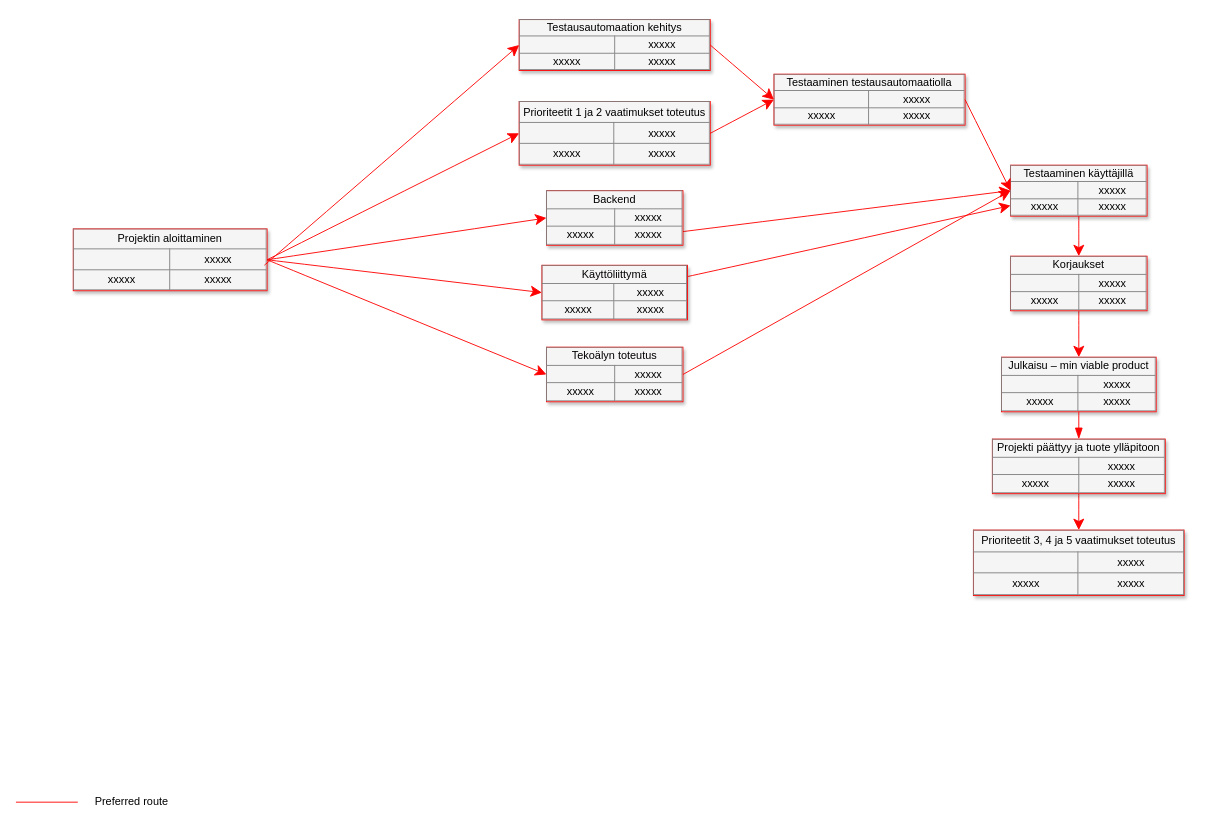
This is UML/SW ENG course/precedence diagram.drawio from DeveloperLauri/UML-charts-draw.io, a draw.io file, before an edit. Source tidied: cells renumbered, new cells numbered last; positions are measured from the earlier drawing's top-left corner, leaving out a move shared by most shapes. Both pictures are drawn from the tidied source at 91%, with x=0, y=0 at pixel (15, 19).
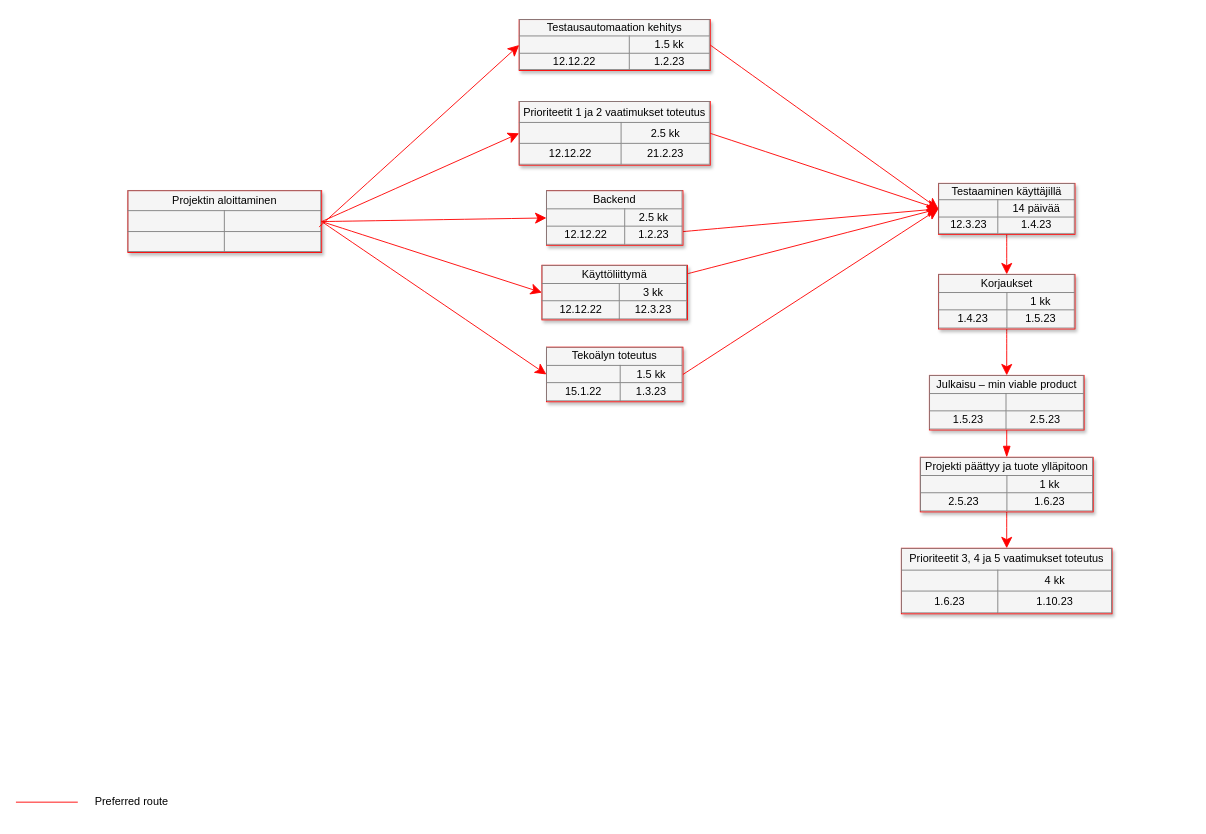
The same diagram, later.

What changed in the source:
```diff
@@
-    <mxCell id="3" value="&lt;table border=&quot;1&quot; width=&quot;100%&quot; style=&quot;width: 100% ; height: 100% ; border-collapse: collapse&quot;&gt;&lt;tbody&gt;&lt;tr&gt;&lt;td colspan=&quot;2&quot; align=&quot;center&quot;&gt;Projektin aloittaminen&lt;/td&gt;&lt;/tr&gt;&lt;tr&gt;&lt;td align=&quot;center&quot;&gt;&lt;br&gt;&lt;/td&gt;&lt;td align=&quot;center&quot;&gt;xxxxx&lt;br&gt;&lt;/td&gt;&lt;/tr&gt;&lt;tr&gt;&lt;td align=&quot;center&quot;&gt;xxxxx&lt;br&gt;&lt;/td&gt;&lt;td align=&quot;center&quot;&gt;xxxxx&lt;br&gt;&lt;/td&gt;&lt;/tr&gt;&lt;/tbody&gt;&lt;/table&gt;" style="text;html=1;strokeColor=#FF0000;fillColor=#f5f5f5;overflow=fill;rounded=0;shadow=1;fontSize=12;align=center;" parent="1" vertex="1">
-      <mxGeometry x="63" y="230" width="213" height="68" as="geometry" />
+    <mxCell id="3" value="&lt;table border=&quot;1&quot; width=&quot;100%&quot; style=&quot;width: 100% ; height: 100% ; border-collapse: collapse&quot;&gt;&lt;tbody&gt;&lt;tr&gt;&lt;td colspan=&quot;2&quot; align=&quot;center&quot;&gt;Projektin aloittaminen&lt;/td&gt;&lt;/tr&gt;&lt;tr&gt;&lt;td align=&quot;center&quot;&gt;&lt;br&gt;&lt;/td&gt;&lt;td align=&quot;center&quot;&gt;&lt;br&gt;&lt;/td&gt;&lt;/tr&gt;&lt;tr&gt;&lt;td align=&quot;center&quot;&gt;&lt;br&gt;&lt;/td&gt;&lt;td align=&quot;center&quot;&gt;&lt;br&gt;&lt;/td&gt;&lt;/tr&gt;&lt;/tbody&gt;&lt;/table&gt;" style="text;html=1;strokeColor=#FF0000;fillColor=#f5f5f5;overflow=fill;rounded=0;shadow=1;fontSize=12;align=center;" parent="1" vertex="1">
+      <mxGeometry x="123" y="188" width="213" height="68" as="geometry" />
     </mxCell>
-    <mxCell id="4" value="&lt;table border=&quot;1&quot; width=&quot;100%&quot; style=&quot;width: 100% ; height: 100% ; border-collapse: collapse&quot;&gt;&lt;tbody&gt;&lt;tr&gt;&lt;td colspan=&quot;2&quot; align=&quot;center&quot;&gt;Prioriteetit 3, 4 ja 5 vaatimukset toteutus&lt;/td&gt;&lt;/tr&gt;&lt;tr&gt;&lt;td align=&quot;center&quot;&gt;&lt;br&gt;&lt;/td&gt;&lt;td align=&quot;center&quot;&gt;xxxxx&lt;br&gt;&lt;/td&gt;&lt;/tr&gt;&lt;tr&gt;&lt;td align=&quot;center&quot;&gt;xxxxx&lt;br&gt;&lt;/td&gt;&lt;td align=&quot;center&quot;&gt;xxxxx&lt;br&gt;&lt;/td&gt;&lt;/tr&gt;&lt;/tbody&gt;&lt;/table&gt;" style="text;html=1;strokeColor=#FF0000;fillColor=#f5f5f5;overflow=fill;rounded=0;shadow=1;fontSize=12;align=center;" parent="1" vertex="1">
-      <mxGeometry x="1052.2" y="561" width="231.5" height="72" as="geometry" />
+    <mxCell id="4" value="&lt;table border=&quot;1&quot; width=&quot;100%&quot; style=&quot;width: 100% ; height: 100% ; border-collapse: collapse&quot;&gt;&lt;tbody&gt;&lt;tr&gt;&lt;td colspan=&quot;2&quot; align=&quot;center&quot;&gt;Prioriteetit 3, 4 ja 5 vaatimukset toteutus&lt;/td&gt;&lt;/tr&gt;&lt;tr&gt;&lt;td align=&quot;center&quot;&gt;&lt;br&gt;&lt;/td&gt;&lt;td align=&quot;center&quot;&gt;4 kk&lt;/td&gt;&lt;/tr&gt;&lt;tr&gt;&lt;td align=&quot;center&quot;&gt;1.6.23&lt;/td&gt;&lt;td align=&quot;center&quot;&gt;1.10.23&lt;/td&gt;&lt;/tr&gt;&lt;/tbody&gt;&lt;/table&gt;" style="text;html=1;strokeColor=#FF0000;fillColor=#f5f5f5;overflow=fill;rounded=0;shadow=1;fontSize=12;align=center;" parent="1" vertex="1">
+      <mxGeometry x="973" y="581" width="231.5" height="72" as="geometry" />
     </mxCell>
@@
-    <mxCell id="6" value="&lt;table border=&quot;1&quot; width=&quot;100%&quot; style=&quot;width: 100% ; height: 100% ; border-collapse: collapse&quot;&gt;&lt;tbody&gt;&lt;tr&gt;&lt;td colspan=&quot;2&quot; align=&quot;center&quot;&gt;Julkaisu – min viable product&lt;/td&gt;&lt;/tr&gt;&lt;tr&gt;&lt;td align=&quot;center&quot;&gt;&lt;br&gt;&lt;/td&gt;&lt;td align=&quot;center&quot;&gt;xxxxx&lt;br&gt;&lt;/td&gt;&lt;/tr&gt;&lt;tr&gt;&lt;td align=&quot;center&quot;&gt;xxxxx&lt;br&gt;&lt;/td&gt;&lt;td align=&quot;center&quot;&gt;xxxxx&lt;br&gt;&lt;/td&gt;&lt;/tr&gt;&lt;/tbody&gt;&lt;/table&gt;" style="text;html=1;strokeColor=#FF0000;fillColor=#f5f5f5;overflow=fill;rounded=0;shadow=1;fontSize=12;align=center;" parent="1" vertex="1">
-      <mxGeometry x="1083" y="371" width="170" height="60" as="geometry" />
+    <mxCell id="6" value="&lt;table border=&quot;1&quot; width=&quot;100%&quot; style=&quot;width: 100% ; height: 100% ; border-collapse: collapse&quot;&gt;&lt;tbody&gt;&lt;tr&gt;&lt;td colspan=&quot;2&quot; align=&quot;center&quot;&gt;Julkaisu – min viable product&lt;/td&gt;&lt;/tr&gt;&lt;tr&gt;&lt;td align=&quot;center&quot;&gt;&lt;br&gt;&lt;/td&gt;&lt;td align=&quot;center&quot;&gt;&lt;br&gt;&lt;/td&gt;&lt;/tr&gt;&lt;tr&gt;&lt;td align=&quot;center&quot;&gt;1.5.23&lt;/td&gt;&lt;td align=&quot;center&quot;&gt;2.5.23&lt;/td&gt;&lt;/tr&gt;&lt;/tbody&gt;&lt;/table&gt;" style="text;html=1;strokeColor=#FF0000;fillColor=#f5f5f5;overflow=fill;rounded=0;shadow=1;fontSize=12;align=center;" parent="1" vertex="1">
+      <mxGeometry x="1003.8" y="391" width="170" height="60" as="geometry" />
     </mxCell>
@@
-    <mxCell id="8" value="&lt;table border=&quot;1&quot; width=&quot;100%&quot; style=&quot;width: 100% ; height: 100% ; border-collapse: collapse&quot;&gt;&lt;tbody&gt;&lt;tr&gt;&lt;td colspan=&quot;2&quot; align=&quot;center&quot;&gt;Korjaukset&lt;/td&gt;&lt;/tr&gt;&lt;tr&gt;&lt;td align=&quot;center&quot;&gt;&lt;br&gt;&lt;/td&gt;&lt;td align=&quot;center&quot;&gt;xxxxx&lt;br&gt;&lt;/td&gt;&lt;/tr&gt;&lt;tr&gt;&lt;td align=&quot;center&quot;&gt;xxxxx&lt;br&gt;&lt;/td&gt;&lt;td align=&quot;center&quot;&gt;xxxxx&lt;br&gt;&lt;/td&gt;&lt;/tr&gt;&lt;/tbody&gt;&lt;/table&gt;" style="text;html=1;strokeColor=#FF0000;fillColor=#f5f5f5;overflow=fill;rounded=0;shadow=1;fontSize=12;align=center;" parent="1" vertex="1">
-      <mxGeometry x="1093" y="260" width="150" height="60" as="geometry" />
+    <mxCell id="8" value="&lt;table border=&quot;1&quot; width=&quot;100%&quot; style=&quot;width: 100% ; height: 100% ; border-collapse: collapse&quot;&gt;&lt;tbody&gt;&lt;tr&gt;&lt;td colspan=&quot;2&quot; align=&quot;center&quot;&gt;Korjaukset&lt;/td&gt;&lt;/tr&gt;&lt;tr&gt;&lt;td align=&quot;center&quot;&gt;&lt;br&gt;&lt;/td&gt;&lt;td align=&quot;center&quot;&gt;1 kk&lt;/td&gt;&lt;/tr&gt;&lt;tr&gt;&lt;td align=&quot;center&quot;&gt;1.4.23&lt;/td&gt;&lt;td align=&quot;center&quot;&gt;1.5.23&lt;/td&gt;&lt;/tr&gt;&lt;/tbody&gt;&lt;/table&gt;" style="text;html=1;strokeColor=#FF0000;fillColor=#f5f5f5;overflow=fill;rounded=0;shadow=1;fontSize=12;align=center;" parent="1" vertex="1">
+      <mxGeometry x="1013.8" y="280" width="150" height="60" as="geometry" />
     </mxCell>
@@
-    <mxCell id="10" value="&lt;table border=&quot;1&quot; width=&quot;100%&quot; style=&quot;width: 100% ; height: 100% ; border-collapse: collapse&quot;&gt;&lt;tbody&gt;&lt;tr&gt;&lt;td colspan=&quot;2&quot; align=&quot;center&quot;&gt;&lt;font style=&quot;font-size: 12px&quot;&gt;Testaaminen käyttäjillä&lt;/font&gt;&lt;/td&gt;&lt;/tr&gt;&lt;tr&gt;&lt;td align=&quot;center&quot;&gt;&lt;br&gt;&lt;/td&gt;&lt;td align=&quot;center&quot;&gt;xxxxx&lt;br&gt;&lt;/td&gt;&lt;/tr&gt;&lt;tr&gt;&lt;td align=&quot;center&quot;&gt;xxxxx&lt;br&gt;&lt;/td&gt;&lt;td align=&quot;center&quot;&gt;xxxxx&lt;br&gt;&lt;/td&gt;&lt;/tr&gt;&lt;/tbody&gt;&lt;/table&gt;" style="text;html=1;strokeColor=#FF0000;fillColor=#f5f5f5;overflow=fill;rounded=0;shadow=1;fontSize=12;align=center;" parent="1" vertex="1">
-      <mxGeometry x="1093" y="160" width="150" height="56" as="geometry" />
+    <mxCell id="10" value="&lt;table border=&quot;1&quot; width=&quot;100%&quot; style=&quot;width: 100% ; height: 100% ; border-collapse: collapse&quot;&gt;&lt;tbody&gt;&lt;tr&gt;&lt;td colspan=&quot;2&quot; align=&quot;center&quot;&gt;&lt;font style=&quot;font-size: 12px&quot;&gt;Testaaminen käyttäjillä&lt;/font&gt;&lt;/td&gt;&lt;/tr&gt;&lt;tr&gt;&lt;td align=&quot;center&quot;&gt;&lt;br&gt;&lt;/td&gt;&lt;td align=&quot;center&quot;&gt;14 päivää&lt;/td&gt;&lt;/tr&gt;&lt;tr&gt;&lt;td align=&quot;center&quot;&gt;12.3.23&lt;/td&gt;&lt;td align=&quot;center&quot;&gt;1.4.23&lt;/td&gt;&lt;/tr&gt;&lt;/tbody&gt;&lt;/table&gt;" style="text;html=1;strokeColor=#FF0000;fillColor=#f5f5f5;overflow=fill;rounded=0;shadow=1;fontSize=12;align=center;" parent="1" vertex="1">
+      <mxGeometry x="1013.8" y="180" width="150" height="56" as="geometry" />
     </mxCell>
@@
-    <mxCell id="12" value="&lt;table border=&quot;1&quot; width=&quot;100%&quot; style=&quot;width: 100% ; height: 100% ; border-collapse: collapse&quot;&gt;&lt;tbody&gt;&lt;tr&gt;&lt;td colspan=&quot;2&quot; align=&quot;center&quot;&gt;Backend&lt;/td&gt;&lt;/tr&gt;&lt;tr&gt;&lt;td align=&quot;center&quot;&gt;&lt;br&gt;&lt;/td&gt;&lt;td align=&quot;center&quot;&gt;xxxxx&lt;br&gt;&lt;/td&gt;&lt;/tr&gt;&lt;tr&gt;&lt;td align=&quot;center&quot;&gt;xxxxx&lt;br&gt;&lt;/td&gt;&lt;td align=&quot;center&quot;&gt;xxxxx&lt;br&gt;&lt;/td&gt;&lt;/tr&gt;&lt;/tbody&gt;&lt;/table&gt;" style="text;html=1;strokeColor=#FF0000;fillColor=#f5f5f5;overflow=fill;rounded=0;shadow=1;fontSize=12;align=center;" parent="1" vertex="1">
+    <mxCell id="12" value="&lt;table border=&quot;1&quot; width=&quot;100%&quot; style=&quot;width: 100% ; height: 100% ; border-collapse: collapse&quot;&gt;&lt;tbody&gt;&lt;tr&gt;&lt;td colspan=&quot;2&quot; align=&quot;center&quot;&gt;Backend&lt;/td&gt;&lt;/tr&gt;&lt;tr&gt;&lt;td align=&quot;center&quot;&gt;&lt;br&gt;&lt;/td&gt;&lt;td align=&quot;center&quot;&gt;2.5 kk&lt;/td&gt;&lt;/tr&gt;&lt;tr&gt;&lt;td align=&quot;center&quot;&gt;12.12.22&lt;/td&gt;&lt;td align=&quot;center&quot;&gt;1.2.23&lt;/td&gt;&lt;/tr&gt;&lt;/tbody&gt;&lt;/table&gt;" style="text;html=1;strokeColor=#FF0000;fillColor=#f5f5f5;overflow=fill;rounded=0;shadow=1;fontSize=12;align=center;" parent="1" vertex="1">
       <mxGeometry x="583" y="188" width="150" height="60" as="geometry" />
     </mxCell>
-    <mxCell id="13" style="edgeStyle=none;curved=1;html=1;startSize=10;endArrow=classic;endFill=1;endSize=10;strokeColor=#FF0000;strokeWidth=1;fontSize=12;" parent="1" edge="1" source="14" target="10">
+    <mxCell id="13" style="edgeStyle=none;curved=1;html=1;startSize=10;endArrow=classic;endFill=1;endSize=10;strokeColor=#FF0000;strokeWidth=1;fontSize=12;entryX=0;entryY=0.5;entryDx=0;entryDy=0;" parent="1" edge="1" source="14" target="10">
       <mxGeometry relative="1" as="geometry" />
     </mxCell>
-    <mxCell id="14" value="&lt;table border=&quot;1&quot; width=&quot;100%&quot; style=&quot;width: 100% ; height: 100% ; border-collapse: collapse&quot;&gt;&lt;tbody&gt;&lt;tr&gt;&lt;td colspan=&quot;2&quot; align=&quot;center&quot;&gt;Käyttöliittymä&lt;/td&gt;&lt;/tr&gt;&lt;tr&gt;&lt;td align=&quot;center&quot;&gt;&lt;br&gt;&lt;/td&gt;&lt;td align=&quot;center&quot;&gt;xxxxx&lt;br&gt;&lt;/td&gt;&lt;/tr&gt;&lt;tr&gt;&lt;td align=&quot;center&quot;&gt;xxxxx&lt;br&gt;&lt;/td&gt;&lt;td align=&quot;center&quot;&gt;xxxxx&lt;br&gt;&lt;/td&gt;&lt;/tr&gt;&lt;/tbody&gt;&lt;/table&gt;" style="text;html=1;strokeColor=#FF0000;fillColor=#f5f5f5;overflow=fill;rounded=0;shadow=1;fontSize=12;align=center;" parent="1" vertex="1">
+    <mxCell id="14" value="&lt;table border=&quot;1&quot; width=&quot;100%&quot; style=&quot;width: 100% ; height: 100% ; border-collapse: collapse&quot;&gt;&lt;tbody&gt;&lt;tr&gt;&lt;td colspan=&quot;2&quot; align=&quot;center&quot;&gt;Käyttöliittymä&lt;/td&gt;&lt;/tr&gt;&lt;tr&gt;&lt;td align=&quot;center&quot;&gt;&lt;br&gt;&lt;/td&gt;&lt;td align=&quot;center&quot;&gt;3 kk&lt;/td&gt;&lt;/tr&gt;&lt;tr&gt;&lt;td align=&quot;center&quot;&gt;12.12.22&lt;br&gt;&lt;/td&gt;&lt;td align=&quot;center&quot;&gt;12.3.23&lt;/td&gt;&lt;/tr&gt;&lt;/tbody&gt;&lt;/table&gt;" style="text;html=1;strokeColor=#FF0000;fillColor=#f5f5f5;overflow=fill;rounded=0;shadow=1;fontSize=12;align=center;" parent="1" vertex="1">
       <mxGeometry x="578" y="270" width="160" height="60" as="geometry" />
     </mxCell>
@@
-    <mxCell id="18" value="&lt;table border=&quot;1&quot; width=&quot;100%&quot; style=&quot;width: 100% ; height: 100% ; border-collapse: collapse&quot;&gt;&lt;tbody&gt;&lt;tr&gt;&lt;td colspan=&quot;2&quot; align=&quot;center&quot;&gt;Prioriteetit 1 ja 2 vaatimukset toteutus&lt;/td&gt;&lt;/tr&gt;&lt;tr&gt;&lt;td align=&quot;center&quot;&gt;&lt;br&gt;&lt;/td&gt;&lt;td align=&quot;center&quot;&gt;xxxxx&lt;br&gt;&lt;/td&gt;&lt;/tr&gt;&lt;tr&gt;&lt;td align=&quot;center&quot;&gt;xxxxx&lt;br&gt;&lt;/td&gt;&lt;td align=&quot;center&quot;&gt;xxxxx&lt;br&gt;&lt;/td&gt;&lt;/tr&gt;&lt;/tbody&gt;&lt;/table&gt;" style="text;html=1;strokeColor=#FF0000;fillColor=#f5f5f5;overflow=fill;rounded=0;shadow=1;fontSize=12;align=center;" parent="1" vertex="1">
+    <mxCell id="18" value="&lt;table border=&quot;1&quot; width=&quot;100%&quot; style=&quot;width: 100% ; height: 100% ; border-collapse: collapse&quot;&gt;&lt;tbody&gt;&lt;tr&gt;&lt;td colspan=&quot;2&quot; align=&quot;center&quot;&gt;Prioriteetit 1 ja 2 vaatimukset toteutus&lt;/td&gt;&lt;/tr&gt;&lt;tr&gt;&lt;td align=&quot;center&quot;&gt;&lt;br&gt;&lt;/td&gt;&lt;td align=&quot;center&quot;&gt;2.5 kk&lt;/td&gt;&lt;/tr&gt;&lt;tr&gt;&lt;td align=&quot;center&quot;&gt;12.12.22&lt;/td&gt;&lt;td align=&quot;center&quot;&gt;21.2.23&lt;/td&gt;&lt;/tr&gt;&lt;/tbody&gt;&lt;/table&gt;" style="text;html=1;strokeColor=#FF0000;fillColor=#f5f5f5;overflow=fill;rounded=0;shadow=1;fontSize=12;align=center;" parent="1" vertex="1">
       <mxGeometry x="553" y="90" width="210" height="70" as="geometry" />
     </mxCell>
-    <mxCell id="19" value="&lt;table border=&quot;1&quot; width=&quot;100%&quot; style=&quot;width: 100% ; height: 100% ; border-collapse: collapse&quot;&gt;&lt;tbody&gt;&lt;tr&gt;&lt;td colspan=&quot;2&quot; align=&quot;center&quot;&gt;Tekoälyn toteutus&lt;/td&gt;&lt;/tr&gt;&lt;tr&gt;&lt;td align=&quot;center&quot;&gt;&lt;br&gt;&lt;/td&gt;&lt;td align=&quot;center&quot;&gt;xxxxx&lt;br&gt;&lt;/td&gt;&lt;/tr&gt;&lt;tr&gt;&lt;td align=&quot;center&quot;&gt;xxxxx&lt;br&gt;&lt;/td&gt;&lt;td align=&quot;center&quot;&gt;xxxxx&lt;br&gt;&lt;/td&gt;&lt;/tr&gt;&lt;/tbody&gt;&lt;/table&gt;" style="text;html=1;strokeColor=#FF0000;fillColor=#f5f5f5;overflow=fill;rounded=0;shadow=1;fontSize=12;align=center;" parent="1" vertex="1">
+    <mxCell id="19" value="&lt;table border=&quot;1&quot; width=&quot;100%&quot; style=&quot;width: 100% ; height: 100% ; border-collapse: collapse&quot;&gt;&lt;tbody&gt;&lt;tr&gt;&lt;td colspan=&quot;2&quot; align=&quot;center&quot;&gt;Tekoälyn toteutus&lt;/td&gt;&lt;/tr&gt;&lt;tr&gt;&lt;td align=&quot;center&quot;&gt;&lt;br&gt;&lt;/td&gt;&lt;td align=&quot;center&quot;&gt;1.5 kk&lt;/td&gt;&lt;/tr&gt;&lt;tr&gt;&lt;td align=&quot;center&quot;&gt;15.1.22&lt;/td&gt;&lt;td align=&quot;center&quot;&gt;1.3.23&lt;/td&gt;&lt;/tr&gt;&lt;/tbody&gt;&lt;/table&gt;" style="text;html=1;strokeColor=#FF0000;fillColor=#f5f5f5;overflow=fill;rounded=0;shadow=1;fontSize=12;align=center;" parent="1" vertex="1">
       <mxGeometry x="583" y="360" width="150" height="60" as="geometry" />
     </mxCell>
@@
-    <mxCell id="22" style="edgeStyle=none;curved=1;html=1;startSize=10;endArrow=classic;endFill=1;endSize=10;strokeColor=#FF0000;strokeWidth=1;fontSize=12;exitX=1;exitY=0.5;exitDx=0;exitDy=0;entryX=0;entryY=0.5;entryDx=0;entryDy=0;startArrow=none;" parent="1" edge="1" source="18" target="26">
+    <mxCell id="22" style="edgeStyle=none;curved=1;html=1;startSize=10;endArrow=classic;endFill=1;endSize=10;strokeColor=#FF0000;strokeWidth=1;fontSize=12;exitX=1;exitY=0.5;exitDx=0;exitDy=0;entryX=0;entryY=0.5;entryDx=0;entryDy=0;startArrow=none;" parent="1" edge="1" source="18" target="10">
       <mxGeometry relative="1" as="geometry" />
     </mxCell>
@@
-    <mxCell id="24" value="&lt;table border=&quot;1&quot; width=&quot;100%&quot; style=&quot;width: 100% ; height: 100% ; border-collapse: collapse&quot;&gt;&lt;tbody&gt;&lt;tr&gt;&lt;td colspan=&quot;2&quot; align=&quot;center&quot;&gt;Projekti päättyy ja tuote ylläpitoon&lt;/td&gt;&lt;/tr&gt;&lt;tr&gt;&lt;td align=&quot;center&quot;&gt;&lt;br&gt;&lt;/td&gt;&lt;td align=&quot;center&quot;&gt;xxxxx&lt;br&gt;&lt;/td&gt;&lt;/tr&gt;&lt;tr&gt;&lt;td align=&quot;center&quot;&gt;xxxxx&lt;br&gt;&lt;/td&gt;&lt;td align=&quot;center&quot;&gt;xxxxx&lt;br&gt;&lt;/td&gt;&lt;/tr&gt;&lt;/tbody&gt;&lt;/table&gt;" style="text;html=1;strokeColor=#FF0000;fillColor=#f5f5f5;overflow=fill;rounded=0;shadow=1;fontSize=12;align=center;" parent="1" vertex="1">
-      <mxGeometry x="1073" y="461" width="190" height="60" as="geometry" />
+    <mxCell id="24" value="&lt;table border=&quot;1&quot; width=&quot;100%&quot; style=&quot;width: 100% ; height: 100% ; border-collapse: collapse&quot;&gt;&lt;tbody&gt;&lt;tr&gt;&lt;td colspan=&quot;2&quot; align=&quot;center&quot;&gt;Projekti päättyy ja tuote ylläpitoon&lt;/td&gt;&lt;/tr&gt;&lt;tr&gt;&lt;td align=&quot;center&quot;&gt;&lt;br&gt;&lt;/td&gt;&lt;td align=&quot;center&quot;&gt;1 kk&lt;/td&gt;&lt;/tr&gt;&lt;tr&gt;&lt;td align=&quot;center&quot;&gt;2.5.23&lt;/td&gt;&lt;td align=&quot;center&quot;&gt;1.6.23&lt;/td&gt;&lt;/tr&gt;&lt;/tbody&gt;&lt;/table&gt;" style="text;html=1;strokeColor=#FF0000;fillColor=#f5f5f5;overflow=fill;rounded=0;shadow=1;fontSize=12;align=center;" parent="1" vertex="1">
+      <mxGeometry x="993.8" y="481" width="190" height="60" as="geometry" />
     </mxCell>
@@
-    <mxCell id="26" value="&lt;table border=&quot;1&quot; width=&quot;100%&quot; style=&quot;width: 100% ; height: 100% ; border-collapse: collapse&quot;&gt;&lt;tbody&gt;&lt;tr&gt;&lt;td colspan=&quot;2&quot; align=&quot;center&quot;&gt;&lt;font style=&quot;font-size: 12px&quot;&gt;Testaaminen testausautomaatiolla&lt;/font&gt;&lt;/td&gt;&lt;/tr&gt;&lt;tr&gt;&lt;td align=&quot;center&quot;&gt;&lt;br&gt;&lt;/td&gt;&lt;td align=&quot;center&quot;&gt;xxxxx&lt;br&gt;&lt;/td&gt;&lt;/tr&gt;&lt;tr&gt;&lt;td align=&quot;center&quot;&gt;xxxxx&lt;br&gt;&lt;/td&gt;&lt;td align=&quot;center&quot;&gt;xxxxx&lt;br&gt;&lt;/td&gt;&lt;/tr&gt;&lt;/tbody&gt;&lt;/table&gt;" style="text;html=1;strokeColor=#FF0000;fillColor=#f5f5f5;overflow=fill;rounded=0;shadow=1;fontSize=12;align=center;" parent="1" vertex="1">
-      <mxGeometry x="833" y="60" width="210" height="56" as="geometry" />
-    </mxCell>
-    <mxCell id="27" value="&lt;table border=&quot;1&quot; width=&quot;100%&quot; style=&quot;width: 100% ; height: 100% ; border-collapse: collapse&quot;&gt;&lt;tbody&gt;&lt;tr&gt;&lt;td colspan=&quot;2&quot; align=&quot;center&quot;&gt;&lt;font style=&quot;font-size: 12px&quot;&gt;Testausautomaation kehitys&lt;/font&gt;&lt;/td&gt;&lt;/tr&gt;&lt;tr&gt;&lt;td align=&quot;center&quot;&gt;&lt;br&gt;&lt;/td&gt;&lt;td align=&quot;center&quot;&gt;xxxxx&lt;br&gt;&lt;/td&gt;&lt;/tr&gt;&lt;tr&gt;&lt;td align=&quot;center&quot;&gt;xxxxx&lt;br&gt;&lt;/td&gt;&lt;td align=&quot;center&quot;&gt;xxxxx&lt;br&gt;&lt;/td&gt;&lt;/tr&gt;&lt;/tbody&gt;&lt;/table&gt;" style="text;html=1;strokeColor=#FF0000;fillColor=#f5f5f5;overflow=fill;rounded=0;shadow=1;fontSize=12;align=center;" parent="1" vertex="1">
+    <mxCell id="27" value="&lt;table border=&quot;1&quot; width=&quot;100%&quot; style=&quot;width: 100% ; height: 100% ; border-collapse: collapse&quot;&gt;&lt;tbody&gt;&lt;tr&gt;&lt;td colspan=&quot;2&quot; align=&quot;center&quot;&gt;&lt;font style=&quot;font-size: 12px&quot;&gt;Testausautomaation kehitys&lt;/font&gt;&lt;/td&gt;&lt;/tr&gt;&lt;tr&gt;&lt;td align=&quot;center&quot;&gt;&lt;br&gt;&lt;/td&gt;&lt;td align=&quot;center&quot;&gt;1.5 kk&lt;/td&gt;&lt;/tr&gt;&lt;tr&gt;&lt;td align=&quot;center&quot;&gt;12.12.22&lt;br&gt;&lt;/td&gt;&lt;td align=&quot;center&quot;&gt;1.2.23&lt;/td&gt;&lt;/tr&gt;&lt;/tbody&gt;&lt;/table&gt;" style="text;html=1;strokeColor=#FF0000;fillColor=#f5f5f5;overflow=fill;rounded=0;shadow=1;fontSize=12;align=center;" parent="1" vertex="1">
       <mxGeometry x="553" width="210" height="56" as="geometry" />
     </mxCell>
@@
-    <mxCell id="29" style="edgeStyle=none;curved=1;html=1;startSize=10;endArrow=classic;endFill=1;endSize=10;strokeColor=#FF0000;strokeWidth=1;fontSize=12;entryX=0;entryY=0.5;entryDx=0;entryDy=0;exitX=1;exitY=0.5;exitDx=0;exitDy=0;" parent="1" edge="1" source="27" target="26">
+    <mxCell id="29" style="edgeStyle=none;curved=1;html=1;startSize=10;endArrow=classic;endFill=1;endSize=10;strokeColor=#FF0000;strokeWidth=1;fontSize=12;entryX=0;entryY=0.5;entryDx=0;entryDy=0;exitX=1;exitY=0.5;exitDx=0;exitDy=0;" parent="1" edge="1" source="27" target="10">
       <mxGeometry relative="1" as="geometry" />
     </mxCell>
-    <mxCell id="30" style="edgeStyle=none;curved=1;html=1;startSize=10;endArrow=classic;endFill=1;endSize=10;strokeColor=#FF0000;strokeWidth=1;fontSize=12;exitX=1;exitY=0.5;exitDx=0;exitDy=0;entryX=0;entryY=0.5;entryDx=0;entryDy=0;" parent="1" edge="1" source="26" target="10">
-      <mxGeometry relative="1" as="geometry" />
-    </mxCell>
```
